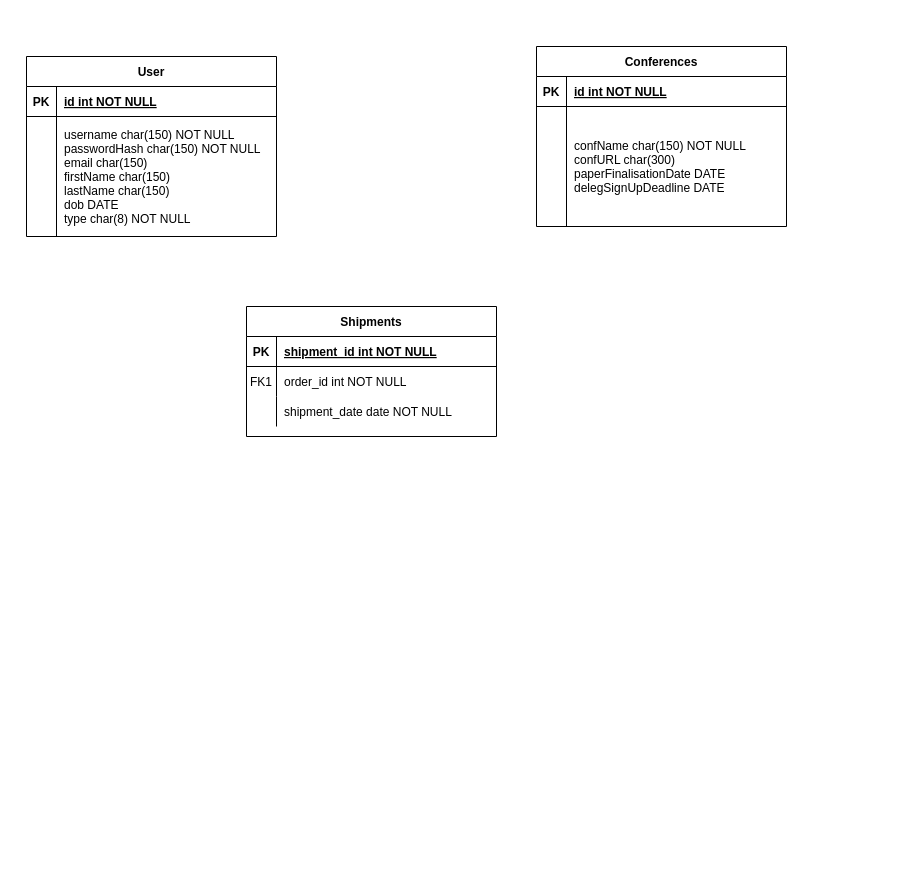
Earlier version of the draw.io diagram ExampleConfGraphs/Untitled Diagram.drawio (JezRoy/ConferenceWebApp). Source tidied: cells renumbered, new cells numbered last; positions are measured from the earlier drawing's top-left corner, leaving out a move shared by most shapes. Both pictures are drawn from the tidied source at 100%, with x=0, y=0 at pixel (26, 46).
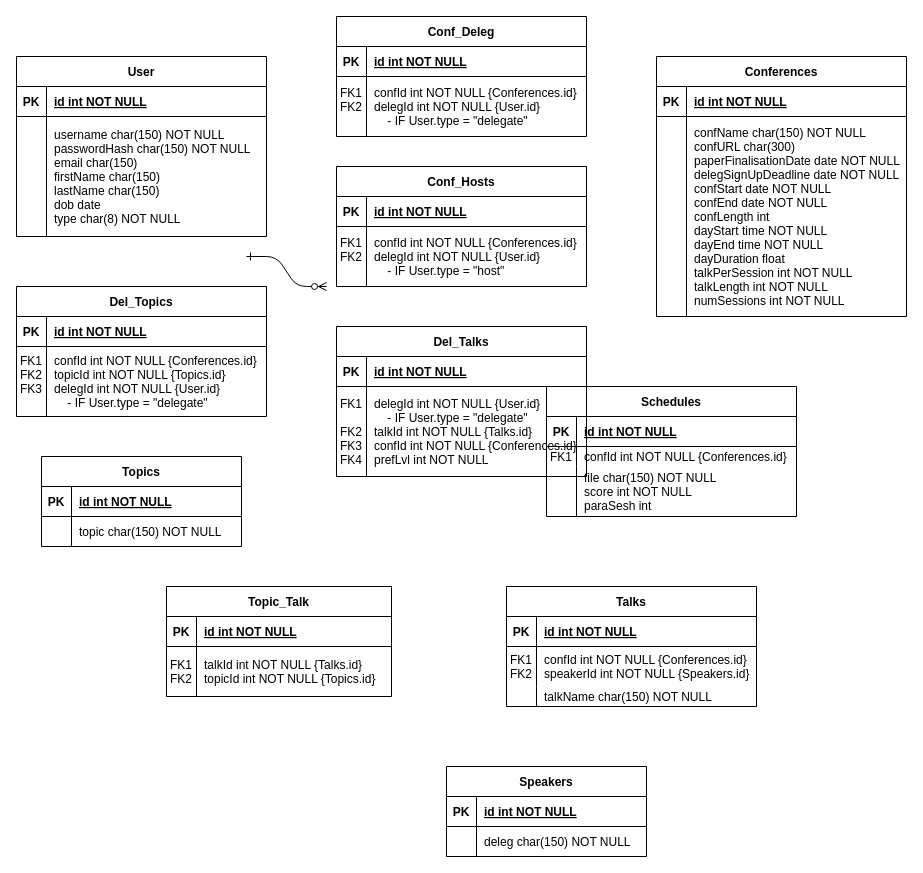
Above is the later version.

The change refers to these unchanged cells:
```xml
<mxCell id="3" style="shape=partialRectangle;fillColor=none;top=0;left=0;right=0;bottom=1;" parent="2" vertex="1">
  <mxGeometry y="30" width="250" height="30" as="geometry" />
</mxCell>
<mxCell id="16" style="shape=partialRectangle;fillColor=none;top=0;left=0;right=0;bottom=0;" parent="12" vertex="1">
  <mxGeometry y="60" width="250" height="120" as="geometry" />
</mxCell>
```

The edit, as a diff of the source:
```diff
@@
-    <mxCell id="2" value="Shipments" style="shape=table;startSize=30;childLayout=tableLayout;rowLines=0;fontStyle=1;align=center;" parent="1" vertex="1">
-      <mxGeometry x="220" y="260" width="250" height="130" as="geometry" />
+    <mxCell id="2" value="Schedules" style="shape=table;startSize=30;childLayout=tableLayout;rowLines=0;fontStyle=1;align=center;" parent="1" vertex="1">
+      <mxGeometry x="520" y="340" width="250" height="130" as="geometry" />
     </mxCell>
@@
-    <mxCell id="5" value="shipment_id int NOT NULL " style="shape=partialRectangle;overflow=hidden;fillColor=none;top=0;left=0;bottom=0;right=0;align=left;spacingLeft=6;fontStyle=5;" parent="3" vertex="1">
+    <mxCell id="5" value="id int NOT NULL " style="shape=partialRectangle;overflow=hidden;fillColor=none;top=0;left=0;bottom=0;right=0;align=left;spacingLeft=6;fontStyle=5;" parent="3" vertex="1">
       <mxGeometry x="30" width="220" height="30" as="geometry" />
     </mxCell>
     <mxCell id="6" style="shape=partialRectangle;fillColor=none;top=0;left=0;right=0;bottom=0;" parent="2" vertex="1">
-      <mxGeometry y="60" width="250" height="30" as="geometry" />
+      <mxGeometry y="60" width="250" height="20" as="geometry" />
     </mxCell>
     <mxCell id="7" value="FK1" style="shape=partialRectangle;overflow=hidden;fillColor=none;top=0;left=0;bottom=0;right=0;" parent="6" vertex="1">
-      <mxGeometry width="30" height="30" as="geometry" />
+      <mxGeometry width="30" height="20" as="geometry" />
     </mxCell>
-    <mxCell id="8" value="order_id int NOT NULL" style="shape=partialRectangle;overflow=hidden;fillColor=none;top=0;left=0;bottom=0;right=0;align=left;spacingLeft=6;" parent="6" vertex="1">
-      <mxGeometry x="30" width="220" height="30" as="geometry" />
+    <mxCell id="8" value="confId int NOT NULL {Conferences.id}" style="shape=partialRectangle;overflow=hidden;fillColor=none;top=0;left=0;bottom=0;right=0;align=left;spacingLeft=6;" parent="6" vertex="1">
+      <mxGeometry x="30" width="220" height="20" as="geometry" />
     </mxCell>
     <mxCell id="9" style="shape=partialRectangle;fillColor=none;top=0;left=0;right=0;bottom=0;" parent="2" vertex="1">
-      <mxGeometry y="90" width="250" height="30" as="geometry" />
+      <mxGeometry y="80" width="250" height="50" as="geometry" />
     </mxCell>
     <mxCell id="10" style="shape=partialRectangle;overflow=hidden;fillColor=none;top=0;left=0;bottom=0;right=0;" parent="9" vertex="1">
-      <mxGeometry width="30" height="30" as="geometry" />
+      <mxGeometry width="30" height="50" as="geometry" />
     </mxCell>
-    <mxCell id="11" value="shipment_date date NOT NULL" style="shape=partialRectangle;overflow=hidden;fillColor=none;top=0;left=0;bottom=0;right=0;align=left;spacingLeft=6;" parent="9" vertex="1">
-      <mxGeometry x="30" width="220" height="30" as="geometry" />
+    <mxCell id="11" value="file char(150) NOT NULL&#10;score int NOT NULL&#10;paraSesh int " style="shape=partialRectangle;overflow=hidden;fillColor=none;top=0;left=0;bottom=0;right=0;align=left;spacingLeft=6;" parent="9" vertex="1">
+      <mxGeometry x="30" width="220" height="50" as="geometry" />
     </mxCell>
     <mxCell id="12" value="User" style="shape=table;startSize=30;childLayout=tableLayout;rowLines=0;fontStyle=1;align=center;" parent="1" vertex="1">
-      <mxGeometry y="10" width="250" height="180" as="geometry" />
+      <mxGeometry x="-10" y="10" width="250" height="180" as="geometry" />
     </mxCell>
@@
-    <mxCell id="18" value="username char(150) NOT NULL&#10;passwordHash char(150) NOT NULL&#10;email char(150)&#10;firstName char(150)&#10;lastName char(150)&#10;dob DATE&#10;type char(8) NOT NULL" style="shape=partialRectangle;overflow=hidden;fillColor=none;top=0;left=0;bottom=0;right=0;align=left;spacingLeft=6;" parent="16" vertex="1">
+    <mxCell id="18" value="username char(150) NOT NULL&#10;passwordHash char(150) NOT NULL&#10;email char(150)&#10;firstName char(150)&#10;lastName char(150)&#10;dob date&#10;type char(8) NOT NULL" style="shape=partialRectangle;overflow=hidden;fillColor=none;top=0;left=0;bottom=0;right=0;align=left;spacingLeft=6;" parent="16" vertex="1">
       <mxGeometry x="30" width="220" height="120" as="geometry" />
     </mxCell>
     <mxCell id="19" value="Conferences" style="shape=table;startSize=30;childLayout=tableLayout;rowLines=0;fontStyle=1;align=center;" parent="1" vertex="1">
-      <mxGeometry x="510" width="250" height="180" as="geometry" />
+      <mxGeometry x="630" y="10" width="250" height="260" as="geometry" />
     </mxCell>
@@
     <mxCell id="23" style="shape=partialRectangle;fillColor=none;top=0;left=0;right=0;bottom=0;" parent="19" vertex="1">
-      <mxGeometry y="60" width="250" height="120" as="geometry" />
+      <mxGeometry y="60" width="250" height="200" as="geometry" />
     </mxCell>
     <mxCell id="24" style="shape=partialRectangle;overflow=hidden;fillColor=none;top=0;left=0;bottom=0;right=0;" parent="23" vertex="1">
-      <mxGeometry width="30" height="120" as="geometry" />
+      <mxGeometry width="30" height="200" as="geometry" />
     </mxCell>
-    <mxCell id="25" value="confName char(150) NOT NULL&#10;confURL char(300)&#10;paperFinalisationDate DATE&#10;delegSignUpDeadline DATE" style="shape=partialRectangle;overflow=hidden;fillColor=none;top=0;left=0;bottom=0;right=0;align=left;spacingLeft=6;" parent="23" vertex="1">
-      <mxGeometry x="30" width="220" height="120" as="geometry" />
+    <mxCell id="25" value="confName char(150) NOT NULL&#10;confURL char(300)&#10;paperFinalisationDate date NOT NULL&#10;delegSignUpDeadline date NOT NULL&#10;confStart date NOT NULL&#10;confEnd date NOT NULL&#10;confLength int&#10;dayStart time NOT NULL&#10;dayEnd time NOT NULL&#10;dayDuration float&#10;talkPerSession int NOT NULL&#10;talkLength int NOT NULL&#10;numSessions int NOT NULL" style="shape=partialRectangle;overflow=hidden;fillColor=none;top=0;left=0;bottom=0;right=0;align=left;spacingLeft=6;" parent="23" vertex="1">
+      <mxGeometry x="30" width="220" height="200" as="geometry" />
     </mxCell>
+    <mxCell id="26" value="Speakers" style="shape=table;startSize=30;childLayout=tableLayout;rowLines=0;fontStyle=1;align=center;" parent="1" vertex="1">
+      <mxGeometry x="420" y="720" width="200" height="90" as="geometry" />
+    </mxCell>
+    <mxCell id="27" style="shape=partialRectangle;fillColor=none;top=0;left=0;right=0;bottom=1;" parent="26" vertex="1">
+      <mxGeometry y="30" width="200" height="30" as="geometry" />
+    </mxCell>
+    <mxCell id="28" value="PK" style="shape=partialRectangle;overflow=hidden;fillColor=none;top=0;left=0;bottom=0;right=0;fontStyle=1;" parent="27" vertex="1">
+      <mxGeometry width="30" height="30" as="geometry" />
+    </mxCell>
+    <mxCell id="29" value="id int NOT NULL " style="shape=partialRectangle;overflow=hidden;fillColor=none;top=0;left=0;bottom=0;right=0;align=left;spacingLeft=6;fontStyle=5;" parent="27" vertex="1">
+      <mxGeometry x="30" width="170" height="30" as="geometry" />
+    </mxCell>
+    <mxCell id="30" style="shape=partialRectangle;fillColor=none;top=0;left=0;right=0;bottom=0;" parent="26" vertex="1">
+      <mxGeometry y="60" width="200" height="30" as="geometry" />
+    </mxCell>
+    <mxCell id="31" style="shape=partialRectangle;overflow=hidden;fillColor=none;top=0;left=0;bottom=0;right=0;" parent="30" vertex="1">
+      <mxGeometry width="30" height="30" as="geometry" />
+    </mxCell>
+    <mxCell id="32" value="deleg char(150) NOT NULL" style="shape=partialRectangle;overflow=hidden;fillColor=none;top=0;left=0;bottom=0;right=0;align=left;spacingLeft=6;" parent="30" vertex="1">
+      <mxGeometry x="30" width="170" height="30" as="geometry" />
+    </mxCell>
+    <mxCell id="33" value="Topics" style="shape=table;startSize=30;childLayout=tableLayout;rowLines=0;fontStyle=1;align=center;" parent="1" vertex="1">
+      <mxGeometry x="15" y="410" width="200" height="90" as="geometry" />
+    </mxCell>
+    <mxCell id="34" style="shape=partialRectangle;fillColor=none;top=0;left=0;right=0;bottom=1;" parent="33" vertex="1">
+      <mxGeometry y="30" width="200" height="30" as="geometry" />
+    </mxCell>
+    <mxCell id="35" value="PK" style="shape=partialRectangle;overflow=hidden;fillColor=none;top=0;left=0;bottom=0;right=0;fontStyle=1;" parent="34" vertex="1">
+      <mxGeometry width="30" height="30" as="geometry" />
+    </mxCell>
+    <mxCell id="36" value="id int NOT NULL " style="shape=partialRectangle;overflow=hidden;fillColor=none;top=0;left=0;bottom=0;right=0;align=left;spacingLeft=6;fontStyle=5;" parent="34" vertex="1">
+      <mxGeometry x="30" width="170" height="30" as="geometry" />
+    </mxCell>
+    <mxCell id="37" style="shape=partialRectangle;fillColor=none;top=0;left=0;right=0;bottom=0;" parent="33" vertex="1">
+      <mxGeometry y="60" width="200" height="30" as="geometry" />
+    </mxCell>
+    <mxCell id="38" style="shape=partialRectangle;overflow=hidden;fillColor=none;top=0;left=0;bottom=0;right=0;" parent="37" vertex="1">
+      <mxGeometry width="30" height="30" as="geometry" />
+    </mxCell>
+    <mxCell id="39" value="topic char(150) NOT NULL" style="shape=partialRectangle;overflow=hidden;fillColor=none;top=0;left=0;bottom=0;right=0;align=left;spacingLeft=6;" parent="37" vertex="1">
+      <mxGeometry x="30" width="170" height="30" as="geometry" />
+    </mxCell>
+    <mxCell id="40" value="Talks" style="shape=table;startSize=30;childLayout=tableLayout;rowLines=0;fontStyle=1;align=center;" parent="1" vertex="1">
+      <mxGeometry x="480" y="540" width="250" height="120" as="geometry" />
+    </mxCell>
+    <mxCell id="41" style="shape=partialRectangle;fillColor=none;top=0;left=0;right=0;bottom=1;" parent="40" vertex="1">
+      <mxGeometry y="30" width="250" height="30" as="geometry" />
+    </mxCell>
+    <mxCell id="42" value="PK" style="shape=partialRectangle;overflow=hidden;fillColor=none;top=0;left=0;bottom=0;right=0;fontStyle=1;" parent="41" vertex="1">
+      <mxGeometry width="30" height="30" as="geometry" />
+    </mxCell>
+    <mxCell id="43" value="id int NOT NULL " style="shape=partialRectangle;overflow=hidden;fillColor=none;top=0;left=0;bottom=0;right=0;align=left;spacingLeft=6;fontStyle=5;" parent="41" vertex="1">
+      <mxGeometry x="30" width="220" height="30" as="geometry" />
+    </mxCell>
+    <mxCell id="44" style="shape=partialRectangle;fillColor=none;top=0;left=0;right=0;bottom=0;" parent="40" vertex="1">
+      <mxGeometry y="60" width="250" height="40" as="geometry" />
+    </mxCell>
+    <mxCell id="45" value="FK1&#10;FK2" style="shape=partialRectangle;overflow=hidden;fillColor=none;top=0;left=0;bottom=0;right=0;" parent="44" vertex="1">
+      <mxGeometry width="30" height="40" as="geometry" />
+    </mxCell>
+    <mxCell id="46" value="confId int NOT NULL {Conferences.id}&#10;speakerId int NOT NULL {Speakers.id}" style="shape=partialRectangle;overflow=hidden;fillColor=none;top=0;left=0;bottom=0;right=0;align=left;spacingLeft=6;" parent="44" vertex="1">
+      <mxGeometry x="30" width="220" height="40" as="geometry" />
+    </mxCell>
+    <mxCell id="47" style="shape=partialRectangle;fillColor=none;top=0;left=0;right=0;bottom=0;" parent="40" vertex="1">
+      <mxGeometry y="100" width="250" height="20" as="geometry" />
+    </mxCell>
+    <mxCell id="48" style="shape=partialRectangle;overflow=hidden;fillColor=none;top=0;left=0;bottom=0;right=0;" parent="47" vertex="1">
+      <mxGeometry width="30" height="20" as="geometry" />
+    </mxCell>
+    <mxCell id="49" value="talkName char(150) NOT NULL" style="shape=partialRectangle;overflow=hidden;fillColor=none;top=0;left=0;bottom=0;right=0;align=left;spacingLeft=6;" parent="47" vertex="1">
+      <mxGeometry x="30" width="220" height="20" as="geometry" />
+    </mxCell>
+    <mxCell id="50" value="Conf_Deleg" style="shape=table;startSize=30;childLayout=tableLayout;rowLines=0;fontStyle=1;align=center;" parent="1" vertex="1">
+      <mxGeometry x="310" y="-30" width="250" height="120" as="geometry" />
+    </mxCell>
+    <mxCell id="51" style="shape=partialRectangle;fillColor=none;top=0;left=0;right=0;bottom=1;" parent="50" vertex="1">
+      <mxGeometry y="30" width="250" height="30" as="geometry" />
+    </mxCell>
+    <mxCell id="52" value="PK" style="shape=partialRectangle;overflow=hidden;fillColor=none;top=0;left=0;bottom=0;right=0;fontStyle=1;" parent="51" vertex="1">
+      <mxGeometry width="30" height="30" as="geometry" />
+    </mxCell>
+    <mxCell id="53" value="id int NOT NULL " style="shape=partialRectangle;overflow=hidden;fillColor=none;top=0;left=0;bottom=0;right=0;align=left;spacingLeft=6;fontStyle=5;" parent="51" vertex="1">
+      <mxGeometry x="30" width="220" height="30" as="geometry" />
+    </mxCell>
+    <mxCell id="54" style="shape=partialRectangle;fillColor=none;top=0;left=0;right=0;bottom=0;" parent="50" vertex="1">
+      <mxGeometry y="60" width="250" height="60" as="geometry" />
+    </mxCell>
+    <mxCell id="55" value="FK1&#10;FK2&#10; " style="shape=partialRectangle;overflow=hidden;fillColor=none;top=0;left=0;bottom=0;right=0;" parent="54" vertex="1">
+      <mxGeometry width="30" height="60" as="geometry" />
+    </mxCell>
+    <mxCell id="56" value="confId int NOT NULL {Conferences.id}&#10;delegId int NOT NULL {User.id}&#10;    - IF User.type = &quot;delegate&quot;" style="shape=partialRectangle;overflow=hidden;fillColor=none;top=0;left=0;bottom=0;right=0;align=left;spacingLeft=6;" parent="54" vertex="1">
+      <mxGeometry x="30" width="220" height="60" as="geometry" />
+    </mxCell>
+    <mxCell id="57" value="Conf_Hosts" style="shape=table;startSize=30;childLayout=tableLayout;rowLines=0;fontStyle=1;align=center;" parent="1" vertex="1">
+      <mxGeometry x="310" y="120" width="250" height="120" as="geometry" />
+    </mxCell>
+    <mxCell id="58" style="shape=partialRectangle;fillColor=none;top=0;left=0;right=0;bottom=1;" parent="57" vertex="1">
+      <mxGeometry y="30" width="250" height="30" as="geometry" />
+    </mxCell>
+    <mxCell id="59" value="PK" style="shape=partialRectangle;overflow=hidden;fillColor=none;top=0;left=0;bottom=0;right=0;fontStyle=1;" parent="58" vertex="1">
+      <mxGeometry width="30" height="30" as="geometry" />
+    </mxCell>
+    <mxCell id="60" value="id int NOT NULL " style="shape=partialRectangle;overflow=hidden;fillColor=none;top=0;left=0;bottom=0;right=0;align=left;spacingLeft=6;fontStyle=5;" parent="58" vertex="1">
+      <mxGeometry x="30" width="220" height="30" as="geometry" />
+    </mxCell>
+    <mxCell id="61" style="shape=partialRectangle;fillColor=none;top=0;left=0;right=0;bottom=0;" parent="57" vertex="1">
+      <mxGeometry y="60" width="250" height="60" as="geometry" />
+    </mxCell>
+    <mxCell id="62" value="FK1&#10;FK2&#10; " style="shape=partialRectangle;overflow=hidden;fillColor=none;top=0;left=0;bottom=0;right=0;" parent="61" vertex="1">
+      <mxGeometry width="30" height="60" as="geometry" />
+    </mxCell>
+    <mxCell id="63" value="confId int NOT NULL {Conferences.id}&#10;delegId int NOT NULL {User.id}&#10;    - IF User.type = &quot;host&quot;" style="shape=partialRectangle;overflow=hidden;fillColor=none;top=0;left=0;bottom=0;right=0;align=left;spacingLeft=6;" parent="61" vertex="1">
+      <mxGeometry x="30" width="220" height="60" as="geometry" />
+    </mxCell>
+    <mxCell id="64" value="Del_Topics" style="shape=table;startSize=30;childLayout=tableLayout;rowLines=0;fontStyle=1;align=center;" parent="1" vertex="1">
+      <mxGeometry x="-10" y="240" width="250" height="130" as="geometry" />
+    </mxCell>
+    <mxCell id="65" style="shape=partialRectangle;fillColor=none;top=0;left=0;right=0;bottom=1;" parent="64" vertex="1">
+      <mxGeometry y="30" width="250" height="30" as="geometry" />
+    </mxCell>
+    <mxCell id="66" value="PK" style="shape=partialRectangle;overflow=hidden;fillColor=none;top=0;left=0;bottom=0;right=0;fontStyle=1;" parent="65" vertex="1">
+      <mxGeometry width="30" height="30" as="geometry" />
+    </mxCell>
+    <mxCell id="67" value="id int NOT NULL " style="shape=partialRectangle;overflow=hidden;fillColor=none;top=0;left=0;bottom=0;right=0;align=left;spacingLeft=6;fontStyle=5;" parent="65" vertex="1">
+      <mxGeometry x="30" width="220" height="30" as="geometry" />
+    </mxCell>
+    <mxCell id="68" style="shape=partialRectangle;fillColor=none;top=0;left=0;right=0;bottom=0;" parent="64" vertex="1">
+      <mxGeometry y="60" width="250" height="70" as="geometry" />
+    </mxCell>
+    <mxCell id="69" value="FK1&#10;FK2&#10;FK3&#10; " style="shape=partialRectangle;overflow=hidden;fillColor=none;top=0;left=0;bottom=0;right=0;" parent="68" vertex="1">
+      <mxGeometry width="30" height="70" as="geometry" />
+    </mxCell>
+    <mxCell id="70" value="confId int NOT NULL {Conferences.id}&#10;topicId int NOT NULL {Topics.id}&#10;delegId int NOT NULL {User.id}&#10;    - IF User.type = &quot;delegate&quot;" style="shape=partialRectangle;overflow=hidden;fillColor=none;top=0;left=0;bottom=0;right=0;align=left;spacingLeft=6;" parent="68" vertex="1">
+      <mxGeometry x="30" width="220" height="70" as="geometry" />
+    </mxCell>
+    <mxCell id="71" value="Del_Talks" style="shape=table;startSize=30;childLayout=tableLayout;rowLines=0;fontStyle=1;align=center;" parent="1" vertex="1">
+      <mxGeometry x="310" y="280" width="250" height="150" as="geometry" />
+    </mxCell>
+    <mxCell id="72" style="shape=partialRectangle;fillColor=none;top=0;left=0;right=0;bottom=1;" parent="71" vertex="1">
+      <mxGeometry y="30" width="250" height="30" as="geometry" />
+    </mxCell>
+    <mxCell id="73" value="PK" style="shape=partialRectangle;overflow=hidden;fillColor=none;top=0;left=0;bottom=0;right=0;fontStyle=1;" parent="72" vertex="1">
+      <mxGeometry width="30" height="30" as="geometry" />
+    </mxCell>
+    <mxCell id="74" value="id int NOT NULL " style="shape=partialRectangle;overflow=hidden;fillColor=none;top=0;left=0;bottom=0;right=0;align=left;spacingLeft=6;fontStyle=5;" parent="72" vertex="1">
+      <mxGeometry x="30" width="220" height="30" as="geometry" />
+    </mxCell>
+    <mxCell id="75" style="shape=partialRectangle;fillColor=none;top=0;left=0;right=0;bottom=0;" parent="71" vertex="1">
+      <mxGeometry y="60" width="250" height="90" as="geometry" />
+    </mxCell>
+    <mxCell id="76" value="FK1&#10;&#10;FK2&#10;FK3&#10;FK4" style="shape=partialRectangle;overflow=hidden;fillColor=none;top=0;left=0;bottom=0;right=0;" parent="75" vertex="1">
+      <mxGeometry width="30" height="90" as="geometry" />
+    </mxCell>
+    <mxCell id="77" value="delegId int NOT NULL {User.id}&#10;    - IF User.type = &quot;delegate&quot;&#10;talkId int NOT NULL {Talks.id}&#10;confId int NOT NULL {Conferences.id}&#10;prefLvl int NOT NULL" style="shape=partialRectangle;overflow=hidden;fillColor=none;top=0;left=0;bottom=0;right=0;align=left;spacingLeft=6;" parent="75" vertex="1">
+      <mxGeometry x="30" width="220" height="90" as="geometry" />
+    </mxCell>
+    <mxCell id="78" value="Topic_Talk" style="shape=table;startSize=30;childLayout=tableLayout;rowLines=0;fontStyle=1;align=center;" parent="1" vertex="1">
+      <mxGeometry x="140" y="540" width="225" height="110" as="geometry" />
+    </mxCell>
+    <mxCell id="79" style="shape=partialRectangle;fillColor=none;top=0;left=0;right=0;bottom=1;" parent="78" vertex="1">
+      <mxGeometry y="30" width="225" height="30" as="geometry" />
+    </mxCell>
+    <mxCell id="80" value="PK" style="shape=partialRectangle;overflow=hidden;fillColor=none;top=0;left=0;bottom=0;right=0;fontStyle=1;" parent="79" vertex="1">
+      <mxGeometry width="30" height="30" as="geometry" />
+    </mxCell>
+    <mxCell id="81" value="id int NOT NULL " style="shape=partialRectangle;overflow=hidden;fillColor=none;top=0;left=0;bottom=0;right=0;align=left;spacingLeft=6;fontStyle=5;" parent="79" vertex="1">
+      <mxGeometry x="30" width="195" height="30" as="geometry" />
+    </mxCell>
+    <mxCell id="82" style="shape=partialRectangle;fillColor=none;top=0;left=0;right=0;bottom=0;" parent="78" vertex="1">
+      <mxGeometry y="60" width="225" height="50" as="geometry" />
+    </mxCell>
+    <mxCell id="83" value="FK1&#10;FK2" style="shape=partialRectangle;overflow=hidden;fillColor=none;top=0;left=0;bottom=0;right=0;" parent="82" vertex="1">
+      <mxGeometry width="30" height="50" as="geometry" />
+    </mxCell>
+    <mxCell id="84" value="talkId int NOT NULL {Talks.id}&#10;topicId int NOT NULL {Topics.id}" style="shape=partialRectangle;overflow=hidden;fillColor=none;top=0;left=0;bottom=0;right=0;align=left;spacingLeft=6;" parent="82" vertex="1">
+      <mxGeometry x="30" width="195" height="50" as="geometry" />
+    </mxCell>
+    <mxCell id="85" style="edgeStyle=entityRelationEdgeStyle;endArrow=ERzeroToMany;startArrow=ERone;endFill=1;startFill=0;" parent="1" edge="1">
+      <mxGeometry relative="1" as="geometry">
+        <mxPoint x="220" y="210" as="sourcePoint" />
+        <mxPoint x="300" y="240" as="targetPoint" />
+      </mxGeometry>
+    </mxCell>
```
